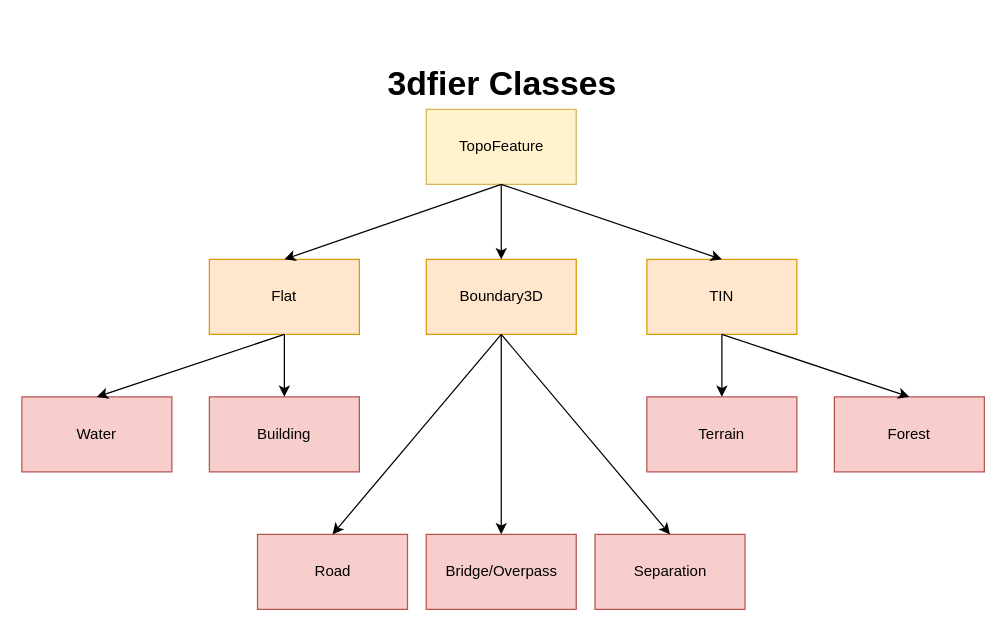
Before: resources/flowdiagrams/3dfier classes.drawio in tudelft3d/3dfier, a draw.io diagram. Source tidied: cells renumbered, new cells numbered last; positions are measured from the earlier drawing's top-left corner, leaving out a move shared by most shapes. Both pictures are drawn from the tidied source at 125%, with x=0, y=0 at pixel (21, 59).
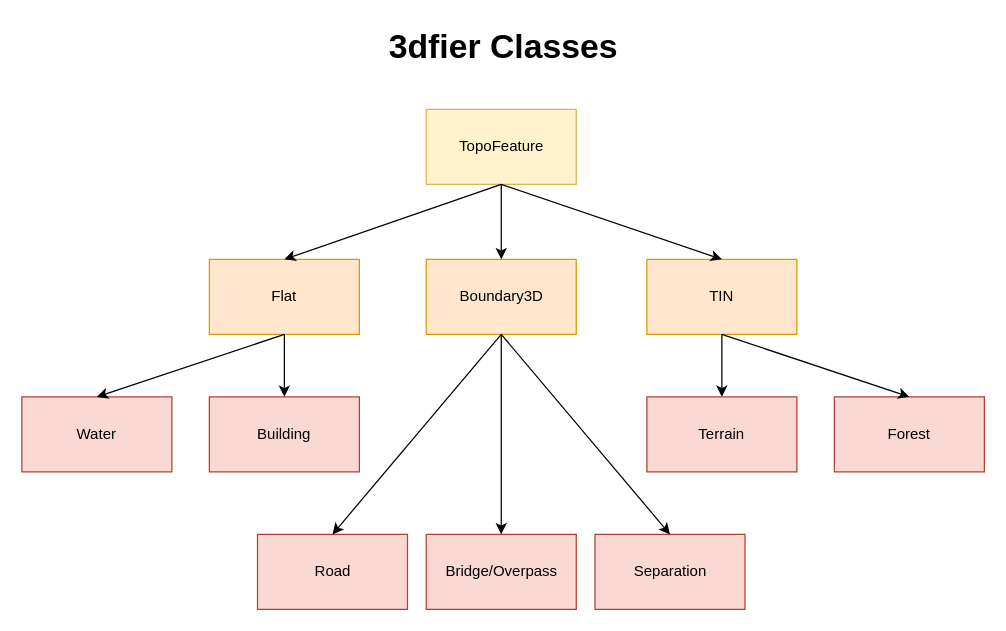
The same page after the edit.

Change to the diagram source:
```diff
@@
     <mxCell id="3" value="3dfier Classes" style="text;strokeColor=none;fillColor=none;html=1;fontSize=27;fontStyle=1;verticalAlign=middle;align=center;rounded=0;shadow=0;" parent="1" vertex="1">
-      <mxGeometry x="224" width="319" height="40" as="geometry" />
+      <mxGeometry x="225.5" y="-30" width="319" height="40" as="geometry" />
     </mxCell>
@@
-    <mxCell id="5" value="Road" style="rounded=0;whiteSpace=wrap;html=1;fillColor=#f8cecc;strokeColor=#b85450;" parent="1" vertex="1">
+    <mxCell id="5" value="Road" style="rounded=0;whiteSpace=wrap;html=1;fillColor=#fad9d5;strokeColor=#ae4132;" parent="1" vertex="1">
       <mxGeometry x="188.5" y="380" width="120" height="60" as="geometry" />
     </mxCell>
-    <mxCell id="6" value="Bridge/Overpass" style="rounded=0;whiteSpace=wrap;html=1;fillColor=#f8cecc;strokeColor=#b85450;" parent="1" vertex="1">
+    <mxCell id="6" value="Bridge/Overpass" style="rounded=0;whiteSpace=wrap;html=1;fillColor=#fad9d5;strokeColor=#ae4132;" parent="1" vertex="1">
       <mxGeometry x="323.5" y="380" width="120" height="60" as="geometry" />
     </mxCell>
@@
-    <mxCell id="8" value="Water" style="rounded=0;whiteSpace=wrap;html=1;fillColor=#f8cecc;strokeColor=#b85450;" parent="1" vertex="1">
+    <mxCell id="8" value="Water" style="rounded=0;whiteSpace=wrap;html=1;fillColor=#fad9d5;strokeColor=#ae4132;" parent="1" vertex="1">
       <mxGeometry y="270" width="120" height="60" as="geometry" />
     </mxCell>
-    <mxCell id="9" value="Building" style="rounded=0;whiteSpace=wrap;html=1;fillColor=#f8cecc;strokeColor=#b85450;" parent="1" vertex="1">
+    <mxCell id="9" value="Building" style="rounded=0;whiteSpace=wrap;html=1;fillColor=#fad9d5;strokeColor=#ae4132;" parent="1" vertex="1">
       <mxGeometry x="150" y="270" width="120" height="60" as="geometry" />
     </mxCell>
-    <mxCell id="10" value="Separation" style="rounded=0;whiteSpace=wrap;html=1;fillColor=#f8cecc;strokeColor=#b85450;" parent="1" vertex="1">
+    <mxCell id="10" value="Separation" style="rounded=0;whiteSpace=wrap;html=1;fillColor=#fad9d5;strokeColor=#ae4132;" parent="1" vertex="1">
       <mxGeometry x="458.5" y="380" width="120" height="60" as="geometry" />
     </mxCell>
@@
-    <mxCell id="12" value="Terrain" style="rounded=0;whiteSpace=wrap;html=1;fillColor=#f8cecc;strokeColor=#b85450;" parent="1" vertex="1">
+    <mxCell id="12" value="Terrain" style="rounded=0;whiteSpace=wrap;html=1;fillColor=#fad9d5;strokeColor=#ae4132;" parent="1" vertex="1">
       <mxGeometry x="500" y="270" width="120" height="60" as="geometry" />
     </mxCell>
-    <mxCell id="13" value="Forest" style="rounded=0;whiteSpace=wrap;html=1;fillColor=#f8cecc;strokeColor=#b85450;" parent="1" vertex="1">
+    <mxCell id="13" value="Forest" style="rounded=0;whiteSpace=wrap;html=1;fillColor=#fad9d5;strokeColor=#ae4132;" parent="1" vertex="1">
       <mxGeometry x="650" y="270" width="120" height="60" as="geometry" />
     </mxCell>
```
